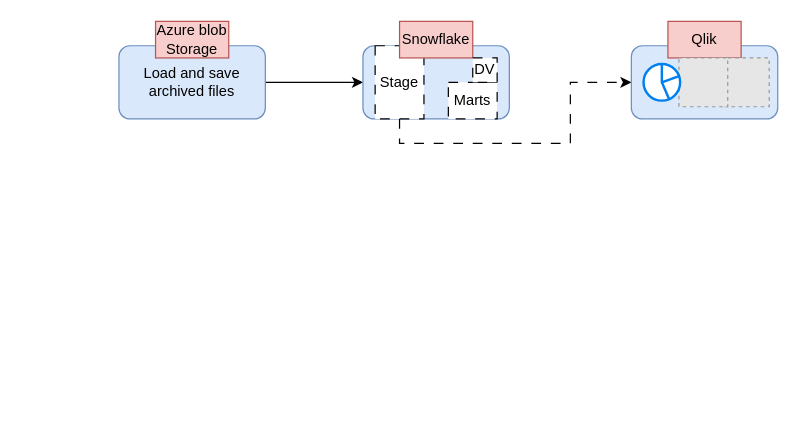
Before: Archives.drawio in Medair/drawio, a draw.io diagram. Source tidied: cells renumbered, new cells numbered last; positions are measured from the earlier drawing's top-left corner, leaving out a move shared by most shapes. Both pictures are drawn from the tidied source at 122%, with x=0, y=0 at pixel (118, 21). Pictures stored in the file or linked from it are replaced by grey dashed boxes.
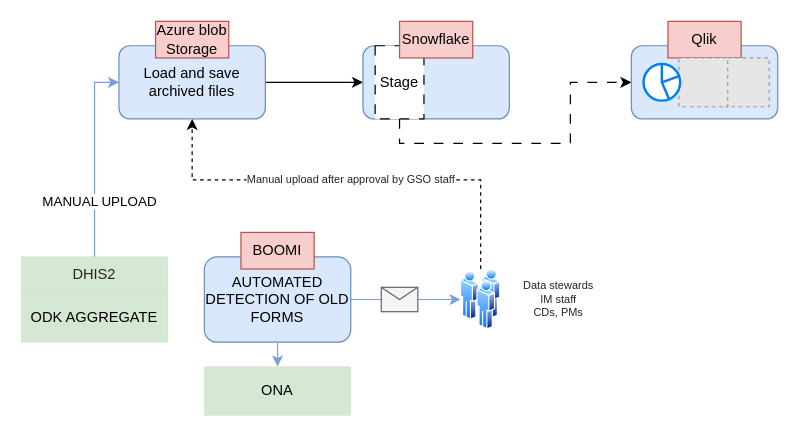
Above is the later version.

Unchanged cells that the change refers to:
```xml
<mxCell id="3" value="Load and save archived files" style="rounded=1;whiteSpace=wrap;html=1;fillColor=#dae8fc;strokeColor=#6c8ebf;" parent="1" vertex="1">
  <mxGeometry y="20" width="120" height="60" as="geometry" />
</mxCell>
```

The edit, as a diff of the source:
```diff
@@
-    <mxCell id="9" value="Marts" style="rounded=0;whiteSpace=wrap;html=1;dashed=1;dashPattern=8 8;" parent="1" vertex="1">
-      <mxGeometry x="270" y="50" width="40" height="30" as="geometry" />
-    </mxCell>
-    <mxCell id="10" value="DV" style="rounded=0;whiteSpace=wrap;html=1;dashed=1;dashPattern=8 8;" parent="1" vertex="1">
-      <mxGeometry x="290" y="30" width="20" height="20" as="geometry" />
-    </mxCell>
@@
+    <mxCell id="16" style="edgeStyle=orthogonalEdgeStyle;rounded=0;jettySize=auto;html=1;entryX=0;entryY=0.5;entryDx=0;entryDy=0;strokeColor=#7AA0D6;fontColor=#FFFFFF;" parent="1" edge="1" source="18" target="3">
+      <mxGeometry relative="1" as="geometry" />
+    </mxCell>
+    <mxCell id="17" value="&lt;font color=&quot;#000000&quot;&gt;MANUAL UPLOAD&lt;/font&gt;" style="edgeLabel;html=1;align=center;verticalAlign=middle;fontColor=#FFFFFF;" parent="16" vertex="1">
+      <mxGeometry x="-0.44" y="-3" relative="1" as="geometry" />
+    </mxCell>
+    <mxCell id="18" value="&lt;font color=&quot;#292323&quot;&gt;DHIS2&lt;/font&gt;" style="rounded=0;whiteSpace=wrap;html=1;fillColor=#d5e8d4;strokeColor=#82b366;strokeWidth=0;" parent="1" vertex="1">
+      <mxGeometry x="-80" y="193" width="120" height="30" as="geometry" />
+    </mxCell>
+    <mxCell id="19" value="ODK AGGREGATE" style="rounded=0;whiteSpace=wrap;html=1;fillColor=#d5e8d4;strokeColor=#82b366;strokeWidth=0;" parent="1" vertex="1">
+      <mxGeometry x="-80" y="223" width="120" height="40" as="geometry" />
+    </mxCell>
+    <mxCell id="20" style="edgeStyle=orthogonalEdgeStyle;rounded=0;jettySize=auto;html=1;exitX=0.5;exitY=1;exitDx=0;exitDy=0;entryX=0.5;entryY=0;entryDx=0;entryDy=0;strokeColor=#7AA0D6;fontColor=#292323;" parent="1" edge="1" source="21" target="23">
+      <mxGeometry relative="1" as="geometry" />
+    </mxCell>
+    <mxCell id="21" value="AUTOMATED DETECTION OF OLD FORMS" style="rounded=1;whiteSpace=wrap;html=1;fillColor=#dae8fc;strokeColor=#6c8ebf;" parent="1" vertex="1">
+      <mxGeometry x="70" y="193" width="120" height="70" as="geometry" />
+    </mxCell>
+    <mxCell id="22" value="BOOMI" style="text;html=1;strokeColor=#b85450;fillColor=#f8cecc;align=center;verticalAlign=middle;whiteSpace=wrap;rounded=0;" parent="1" vertex="1">
+      <mxGeometry x="100" y="173" width="60" height="30" as="geometry" />
+    </mxCell>
+    <mxCell id="23" value="ONA" style="rounded=0;whiteSpace=wrap;html=1;fillColor=#d5e8d4;strokeColor=#82b366;strokeWidth=0;" parent="1" vertex="1">
+      <mxGeometry x="70" y="283" width="120" height="40" as="geometry" />
+    </mxCell>
+    <mxCell id="24" style="edgeStyle=orthogonalEdgeStyle;rounded=0;jettySize=auto;html=1;exitX=1;exitY=0.5;exitDx=0;exitDy=0;strokeColor=#7AA0D6;fontColor=#292323;endArrow=none;" parent="1" edge="1" source="21" target="26">
+      <mxGeometry relative="1" as="geometry" />
+    </mxCell>
+    <mxCell id="25" style="edgeStyle=orthogonalEdgeStyle;rounded=0;jettySize=auto;html=1;entryX=0;entryY=0.5;entryDx=0;entryDy=0;strokeColor=#7AA0D6;fontSize=9;fontColor=#292323;" parent="1" edge="1" source="26" target="28">
+      <mxGeometry relative="1" as="geometry" />
+    </mxCell>
+    <mxCell id="26" style="verticalLabelPosition=bottom;shadow=0;dashed=0;align=center;html=1;verticalAlign=top;strokeWidth=1;shape=mxgraph.mockup.misc.mail2;strokeColor=#666666;fontColor=#333333;fillColor=#f5f5f5;" parent="1" vertex="1">
+      <mxGeometry x="215" y="218" width="30" height="20" as="geometry" />
+    </mxCell>
+    <mxCell id="27" value="Manual upload after approval by GSO staff" style="edgeStyle=orthogonalEdgeStyle;rounded=0;jettySize=auto;html=1;dashed=1;strokeColor=#000000;fontSize=9;fontColor=#292323;entryX=0.5;entryY=1;entryDx=0;entryDy=0;" parent="1" edge="1" source="28" target="3">
+      <mxGeometry relative="1" as="geometry">
+        <Array as="points">
+          <mxPoint x="297" y="130" />
+          <mxPoint x="60" y="130" />
+        </Array>
+      </mxGeometry>
+    </mxCell>
+    <mxCell id="28" style="perimeter=ellipsePerimeter;html=1;align=center;shadow=0;dashed=0;spacingTop=3;image;image=img/lib/active_directory/users.svg;strokeColor=#FFFFFF;strokeWidth=0;fontColor=#292323;fillColor=#90BEF9;" parent="1" vertex="1">
+      <mxGeometry x="280" y="203" width="33" height="50" as="geometry" />
+    </mxCell>
+    <mxCell id="29" value="Data stewards&lt;br&gt;IM staff&lt;br&gt;CDs, PMs" style="text;html=1;align=center;verticalAlign=middle;strokeColor=none;fillColor=none;fontSize=9;fontColor=#292323;" parent="1" vertex="1">
+      <mxGeometry x="320" y="203" width="80" height="50" as="geometry" />
+    </mxCell>
```
